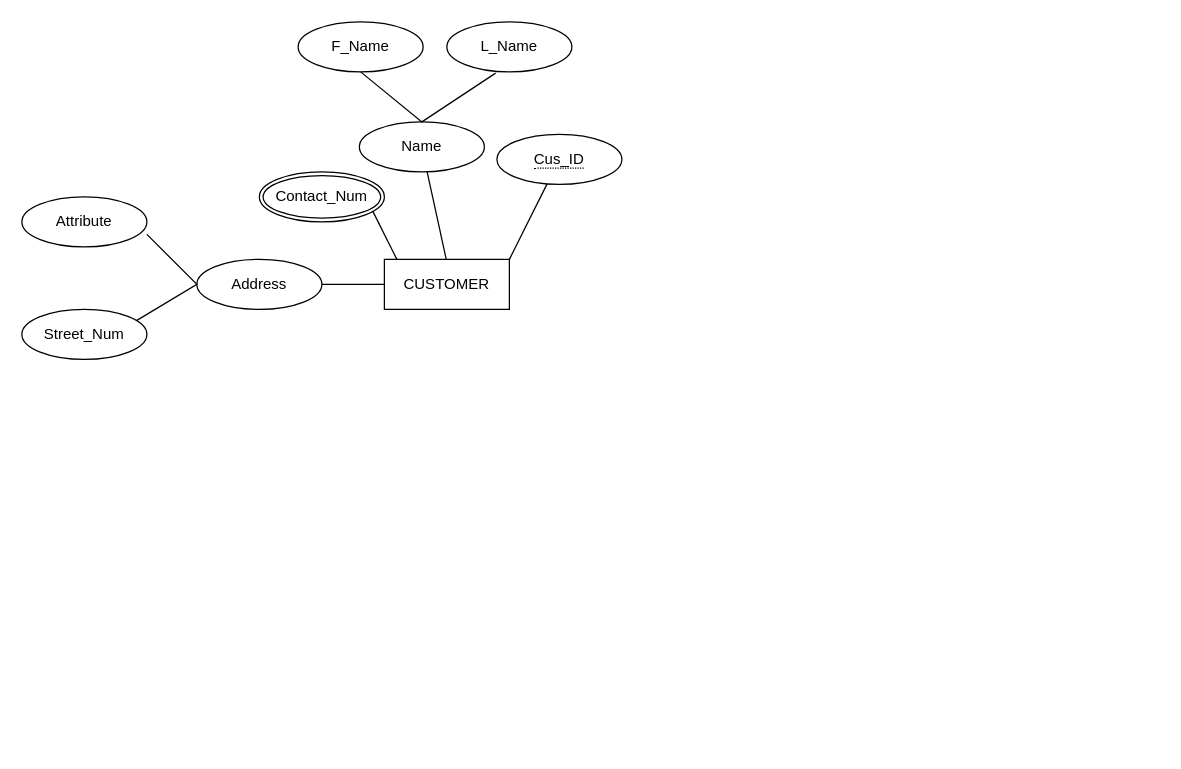
The draw.io diagram Untitled Diagram.drawio in thefruitbee-doestech/html-css, before the edit. Source tidied: cells renumbered, new cells numbered last; positions are measured from the earlier drawing's top-left corner, leaving out a move shared by most shapes. Both pictures are drawn from the tidied source at 125%, with x=0, y=0 at pixel (21, 21).
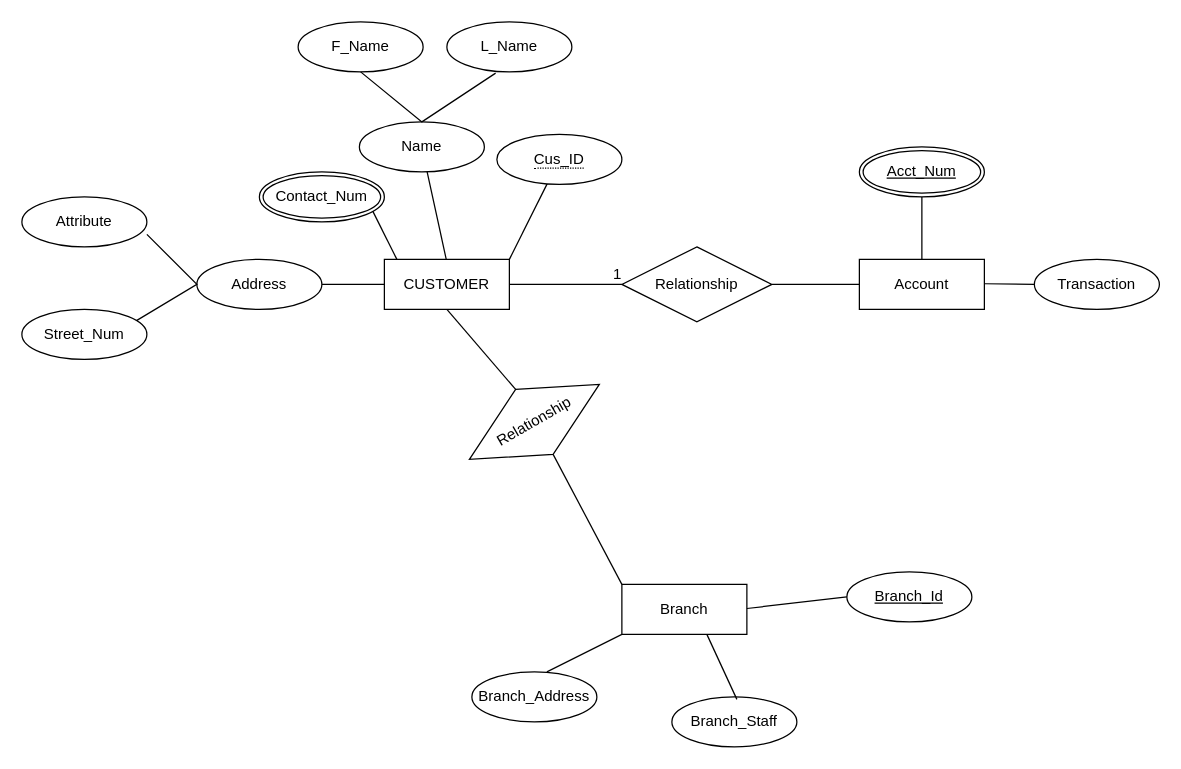
The same diagram, later.

The change refers to these unchanged cells:
```xml
<mxCell id="2" value="CUSTOMER" style="whiteSpace=wrap;html=1;align=center;" parent="1" vertex="1">
  <mxGeometry x="290" y="190" width="100" height="40" as="geometry" />
</mxCell>
```

Change to the diagram source:
```diff
@@
+    <mxCell id="17" style="endArrow=none;html=1;rounded=0;exitX=1;exitY=0.5;exitDx=0;exitDy=0;" parent="1" edge="1" source="2" target="19">
+      <mxGeometry relative="1" as="geometry" />
+    </mxCell>
+    <mxCell id="18" value="1" style="html=1;align=right;verticalAlign=bottom;" parent="17" vertex="1">
+      <mxGeometry x="1" relative="1" as="geometry" />
+    </mxCell>
+    <mxCell id="19" value="Relationship" style="shape=rhombus;perimeter=rhombusPerimeter;whiteSpace=wrap;html=1;align=center;" parent="1" vertex="1">
+      <mxGeometry x="480" y="180" width="120" height="60" as="geometry" />
+    </mxCell>
+    <mxCell id="20" value="Account" style="whiteSpace=wrap;html=1;align=center;" parent="1" vertex="1">
+      <mxGeometry x="670" y="190" width="100" height="40" as="geometry" />
+    </mxCell>
+    <mxCell id="21" style="endArrow=none;html=1;rounded=0;" parent="1" edge="1">
+      <mxGeometry relative="1" as="geometry">
+        <mxPoint x="600" y="210" as="sourcePoint" />
+        <mxPoint x="670" y="210" as="targetPoint" />
+      </mxGeometry>
+    </mxCell>
+    <mxCell id="22" style="endArrow=none;html=1;rounded=0;exitX=0.5;exitY=0;exitDx=0;exitDy=0;" parent="1" edge="1" source="20" target="23">
+      <mxGeometry relative="1" as="geometry" />
+    </mxCell>
+    <mxCell id="23" value="&lt;u&gt;Acct_Num&lt;/u&gt;" style="ellipse;shape=doubleEllipse;margin=3;whiteSpace=wrap;html=1;align=center;" parent="1" vertex="1">
+      <mxGeometry x="670" y="100" width="100" height="40" as="geometry" />
+    </mxCell>
+    <mxCell id="24" value="Transaction" style="ellipse;whiteSpace=wrap;html=1;align=center;" parent="1" vertex="1">
+      <mxGeometry x="810" y="190" width="100" height="40" as="geometry" />
+    </mxCell>
+    <mxCell id="25" style="endArrow=none;html=1;rounded=0;entryX=0;entryY=0.5;entryDx=0;entryDy=0;" parent="1" edge="1" target="24">
+      <mxGeometry relative="1" as="geometry">
+        <mxPoint x="770" y="209.5" as="sourcePoint" />
+      </mxGeometry>
+    </mxCell>
+    <mxCell id="26" value="Branch" style="whiteSpace=wrap;html=1;align=center;" parent="1" vertex="1">
+      <mxGeometry x="480" y="450" width="100" height="40" as="geometry" />
+    </mxCell>
+    <mxCell id="27" value="Branch_Id" style="ellipse;whiteSpace=wrap;html=1;align=center;fontStyle=4;" parent="1" vertex="1">
+      <mxGeometry x="660" y="440" width="100" height="40" as="geometry" />
+    </mxCell>
+    <mxCell id="28" value="Branch_Staff" style="ellipse;whiteSpace=wrap;html=1;align=center;" parent="1" vertex="1">
+      <mxGeometry x="520" y="540" width="100" height="40" as="geometry" />
+    </mxCell>
+    <mxCell id="29" value="Branch_Address" style="ellipse;whiteSpace=wrap;html=1;align=center;" parent="1" vertex="1">
+      <mxGeometry x="360" y="520" width="100" height="40" as="geometry" />
+    </mxCell>
+    <mxCell id="30" style="endArrow=none;html=1;rounded=0;entryX=0;entryY=1;entryDx=0;entryDy=0;" parent="1" edge="1" target="26">
+      <mxGeometry relative="1" as="geometry">
+        <mxPoint x="420" y="520" as="sourcePoint" />
+      </mxGeometry>
+    </mxCell>
+    <mxCell id="31" style="endArrow=none;html=1;rounded=0;entryX=0;entryY=1;entryDx=0;entryDy=0;exitX=0.64;exitY=0.05;exitDx=0;exitDy=0;exitPerimeter=0;" parent="1" edge="1">
+      <mxGeometry relative="1" as="geometry">
+        <mxPoint x="572" y="542" as="sourcePoint" />
+        <mxPoint x="548" y="490" as="targetPoint" />
+      </mxGeometry>
+    </mxCell>
+    <mxCell id="32" style="endArrow=none;html=1;rounded=0;exitX=0.5;exitY=1;exitDx=0;exitDy=0;entryX=0;entryY=0;entryDx=0;entryDy=0;startArrow=none;" parent="1" edge="1" source="33" target="26">
+      <mxGeometry relative="1" as="geometry" />
+    </mxCell>
+    <mxCell id="33" value="Relationship" style="shape=rhombus;perimeter=rhombusPerimeter;whiteSpace=wrap;html=1;align=center;rotation=-30;" parent="1" vertex="1">
+      <mxGeometry x="350" y="290" width="120" height="60" as="geometry" />
+    </mxCell>
+    <mxCell id="34" style="endArrow=none;html=1;rounded=0;exitX=0.5;exitY=1;exitDx=0;exitDy=0;entryX=0.5;entryY=0;entryDx=0;entryDy=0;" parent="1" edge="1" source="2" target="33">
+      <mxGeometry relative="1" as="geometry" />
+    </mxCell>
+    <mxCell id="35" style="endArrow=none;html=1;rounded=0;entryX=0;entryY=0.5;entryDx=0;entryDy=0;" parent="1" edge="1" target="27">
+      <mxGeometry relative="1" as="geometry">
+        <mxPoint x="580" y="469.3" as="sourcePoint" />
+      </mxGeometry>
+    </mxCell>
```
